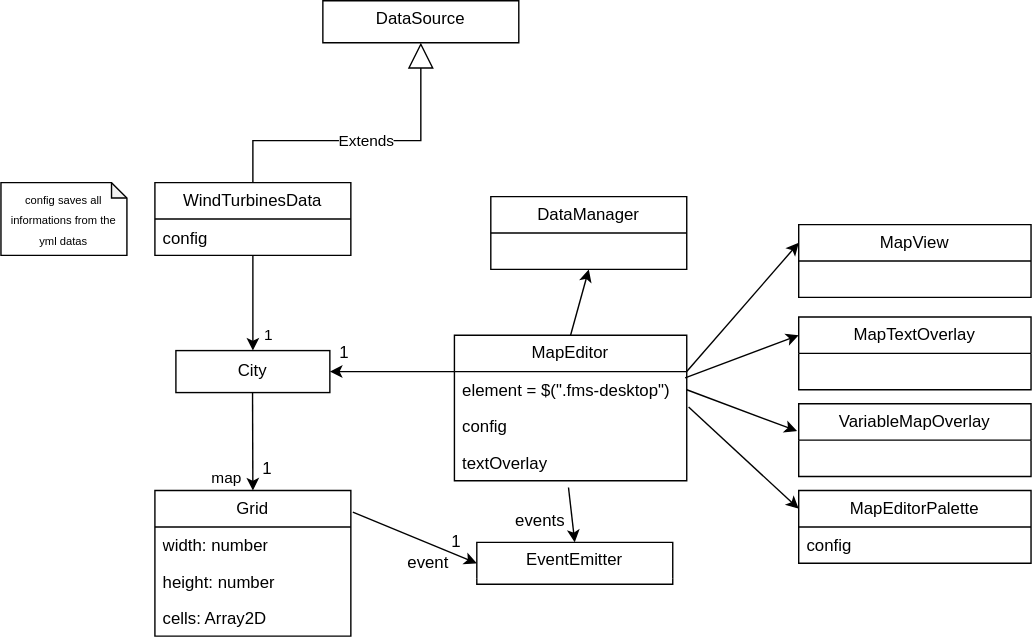
This is docs/diagrams/Uml_diagram.svg from emil282/offshore-windpark, a draw.io export, as it was before one commit. Source tidied: cells renumbered, new cells last; positions are measured from the earlier drawing's top-left corner, leaving out a move shared by most shapes.
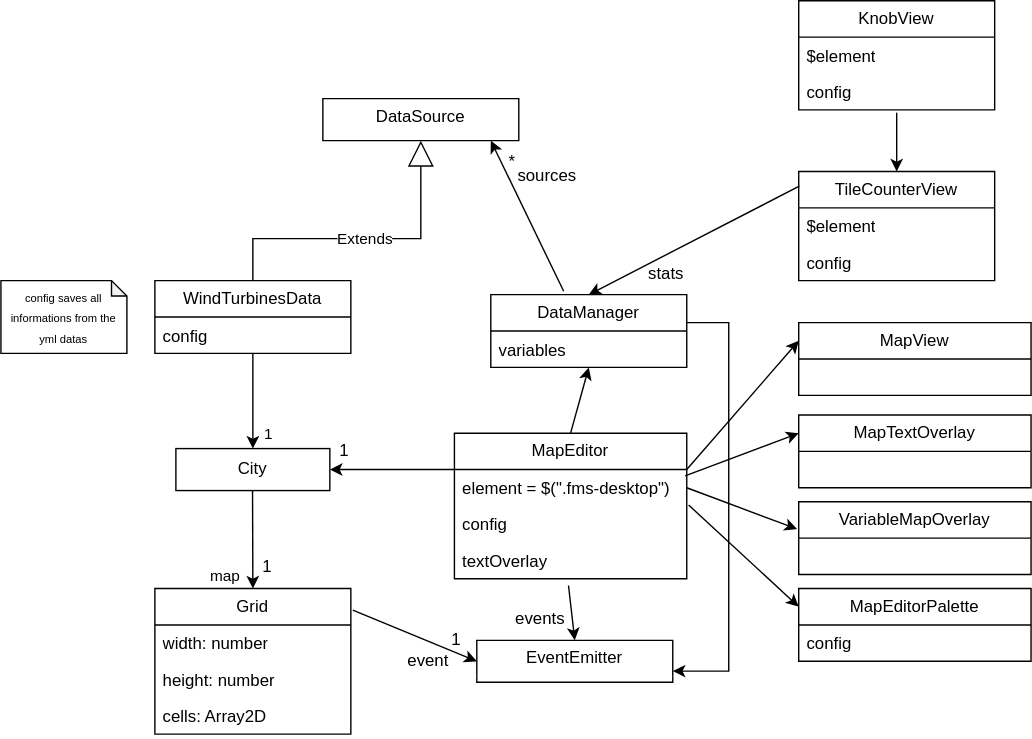
After the change.

Change to the diagram source:
```diff
@@ -94,7 +94,10 @@
     <mxCell id="27" value="DataManager" style="swimlane;fontStyle=0;horizontal=1;startSize=26;fillColor=none;whiteSpace=wrap;html=1;strokeColor=default;swimlaneLine=1;" parent="1" vertex="1">
       <mxGeometry x="350" y="140" width="140" height="52" as="geometry" />
     </mxCell>
+    <mxCell id="40" value="variables" style="text;strokeColor=none;fillColor=none;align=left;verticalAlign=top;spacingLeft=4;spacingRight=4;overflow=hidden;points=[[0,0.5],[1,0.5]];portConstraint=eastwest;whiteSpace=wrap;html=1;" parent="27" vertex="1">
+      <mxGeometry y="26" width="140" height="26" as="geometry" />
+    </mxCell>
-    <mxCell id="28" style="endArrow=none;html=1;rounded=0;exitX=0.5;exitY=1;exitDx=0;exitDy=0;startArrow=classic;startFill=1;entryX=0.5;entryY=0;entryDx=0;entryDy=0;" parent="1" edge="1" source="27" target="21">
+    <mxCell id="28" style="endArrow=none;html=1;rounded=0;exitX=0.5;exitY=1;exitDx=0;exitDy=0;startArrow=classic;startFill=1;entryX=0.5;entryY=0;entryDx=0;entryDy=0;" parent="1" edge="1" source="40" target="21">
       <mxGeometry x="0.01" relative="1" as="geometry" />
     </mxCell>
     <mxCell id="29" style="endArrow=none;html=1;rounded=0;exitX=0.5;exitY=0;exitDx=0;exitDy=0;entryX=0.491;entryY=1.186;entryDx=0;entryDy=0;entryPerimeter=0;startArrow=classic;startFill=1;" parent="1" edge="1" source="15" target="24">
@@ -130,5 +133,55 @@
     <mxCell id="39" style="endArrow=none;html=1;rounded=0;exitX=0;exitY=0.25;exitDx=0;exitDy=0;startArrow=classic;startFill=1;entryX=1.008;entryY=0.974;entryDx=0;entryDy=0;entryPerimeter=0;" parent="1" edge="1" source="37" target="22">
       <mxGeometry x="0.01" relative="1" as="geometry" />
     </mxCell>
+    <mxCell id="41" value="TileCounterView" style="swimlane;fontStyle=0;horizontal=1;startSize=26;fillColor=none;whiteSpace=wrap;html=1;strokeColor=default;swimlaneLine=1;" parent="1" vertex="1">
+      <mxGeometry x="570" y="52" width="140" height="78" as="geometry" />
+    </mxCell>
+    <mxCell id="42" value="$element" style="text;strokeColor=none;fillColor=none;align=left;verticalAlign=top;spacingLeft=4;spacingRight=4;overflow=hidden;whiteSpace=wrap;html=1;" parent="41" vertex="1">
+      <mxGeometry y="26" width="140" height="26" as="geometry" />
+    </mxCell>
+    <mxCell id="43" value="config" style="text;strokeColor=none;fillColor=none;align=left;verticalAlign=top;spacingLeft=4;spacingRight=4;overflow=hidden;whiteSpace=wrap;html=1;" parent="41" vertex="1">
+      <mxGeometry y="52" width="140" height="26" as="geometry" />
+    </mxCell>
+    <mxCell id="44" style="endArrow=none;html=1;rounded=0;exitX=0.5;exitY=0;exitDx=0;exitDy=0;startArrow=classic;startFill=1;entryX=0.003;entryY=0.135;entryDx=0;entryDy=0;entryPerimeter=0;" parent="1" edge="1" source="27" target="41">
+      <mxGeometry x="0.01" relative="1" as="geometry" />
+    </mxCell>
+    <mxCell id="45" value="stats" style="text;html=1;align=center;verticalAlign=middle;strokeColor=none;fillColor=none;" parent="1" vertex="1">
+      <mxGeometry x="450" y="110" width="50" height="30" as="geometry" />
+    </mxCell>
+    <mxCell id="46" style="endArrow=none;html=1;rounded=0;exitX=1;exitY=0.5;exitDx=0;exitDy=0;startArrow=classic;startFill=1;entryX=1;entryY=0.25;entryDx=0;entryDy=0;" parent="1" edge="1">
+      <mxGeometry x="0.01" relative="1" as="geometry">
+        <mxPoint x="480" y="409" as="sourcePoint" />
+        <mxPoint x="490" y="160" as="targetPoint" />
+        <Array as="points">
+          <mxPoint x="520" y="409" />
+          <mxPoint x="520" y="160" />
+        </Array>
+      </mxGeometry>
+    </mxCell>
+    <mxCell id="47" style="endArrow=none;html=1;rounded=0;startArrow=classic;startFill=1;entryX=0.372;entryY=-0.046;entryDx=0;entryDy=0;entryPerimeter=0;" parent="1" edge="1" target="27">
+      <mxGeometry x="0.01" relative="1" as="geometry">
+        <mxPoint x="350" y="30" as="sourcePoint" />
+      </mxGeometry>
+    </mxCell>
+    <mxCell id="48" value="*" style="text;html=1;align=center;verticalAlign=middle;strokeColor=none;fillColor=none;" parent="1" vertex="1">
+      <mxGeometry x="350" y="30" width="30" height="30" as="geometry" />
+    </mxCell>
+    <mxCell id="49" value="sources" style="text;html=1;align=center;verticalAlign=middle;strokeColor=none;fillColor=none;" parent="1" vertex="1">
+      <mxGeometry x="355" y="40" width="70" height="30" as="geometry" />
+    </mxCell>
+    <mxCell id="50" value="KnobView" style="swimlane;fontStyle=0;horizontal=1;startSize=26;fillColor=none;whiteSpace=wrap;html=1;strokeColor=default;swimlaneLine=1;" parent="1" vertex="1">
+      <mxGeometry x="570" y="-70" width="140" height="78" as="geometry" />
+    </mxCell>
+    <mxCell id="51" value="$element" style="text;strokeColor=none;fillColor=none;align=left;verticalAlign=top;spacingLeft=4;spacingRight=4;overflow=hidden;whiteSpace=wrap;html=1;" parent="50" vertex="1">
+      <mxGeometry y="26" width="140" height="26" as="geometry" />
+    </mxCell>
+    <mxCell id="52" value="config" style="text;strokeColor=none;fillColor=none;align=left;verticalAlign=top;spacingLeft=4;spacingRight=4;overflow=hidden;whiteSpace=wrap;html=1;" parent="50" vertex="1">
+      <mxGeometry y="52" width="140" height="26" as="geometry" />
+    </mxCell>
+    <mxCell id="53" style="endArrow=none;html=1;rounded=0;exitX=0.5;exitY=0;exitDx=0;exitDy=0;startArrow=classic;startFill=1;" parent="1" edge="1" source="41">
+      <mxGeometry x="0.01" relative="1" as="geometry">
+        <mxPoint x="640" y="10" as="targetPoint" />
+      </mxGeometry>
+    </mxCell>
   </root>
 </mxGraphModel>
```
